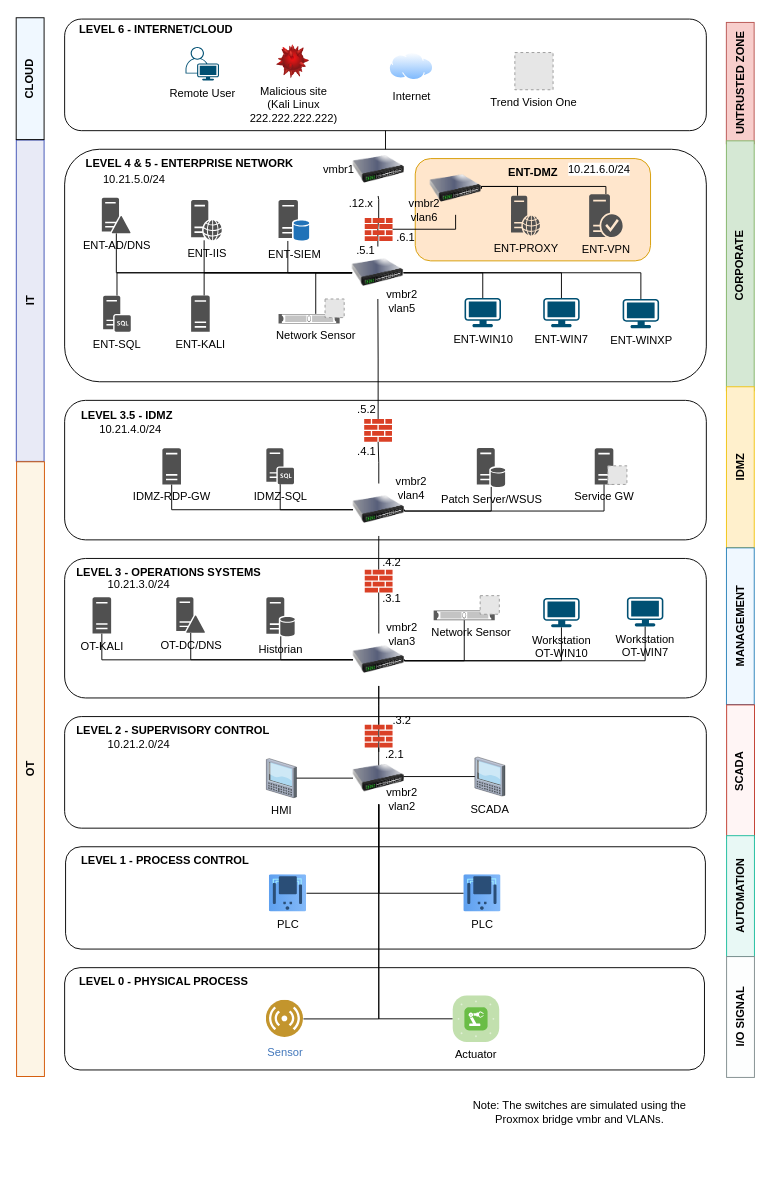
The draw.io diagram architecture_diagram.drawio in jeromet2020/ics-ot-lab, before the edit. Source tidied: cells renumbered, new cells numbered last; positions are measured from the earlier drawing's top-left corner, leaving out a move shared by most shapes. Both pictures are drawn from the tidied source at 93%, with x=0, y=0 at pixel (-277, 16). Pictures stored in the file or linked from it are replaced by grey dashed boxes.
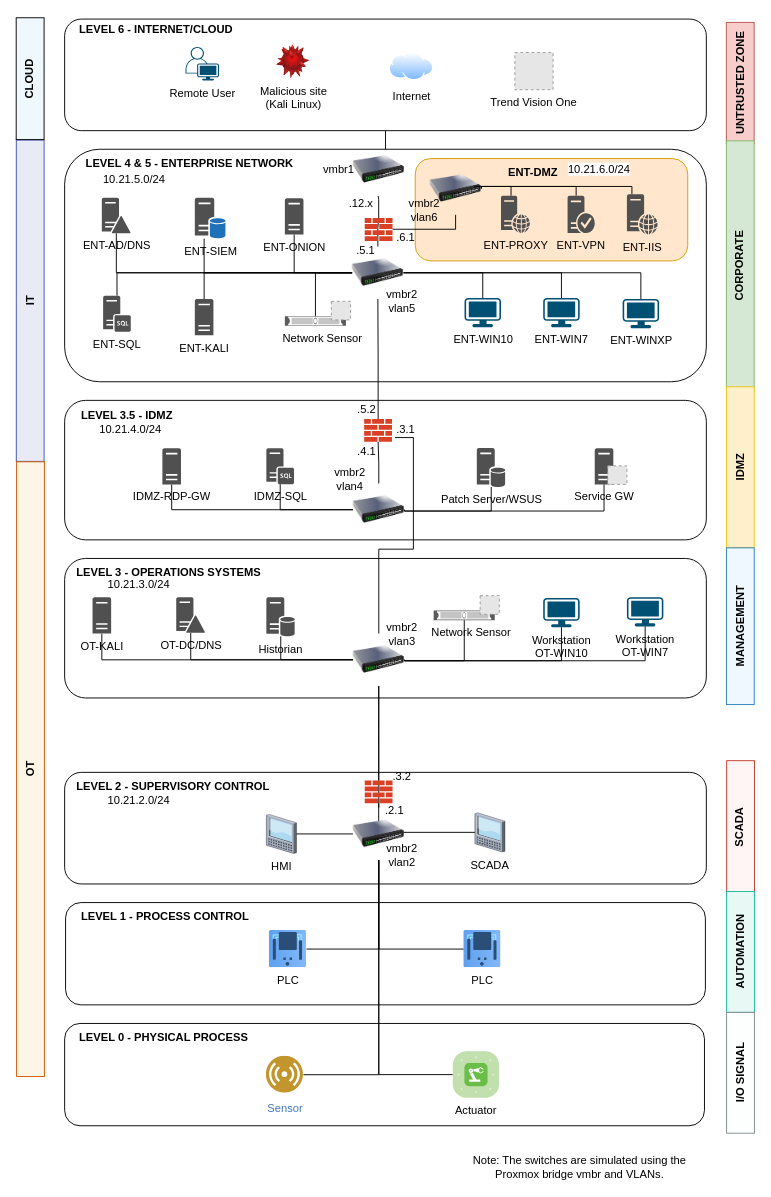
Above is the later version.

The change refers to these unchanged cells:
```xml
<mxCell id="10" style="image;html=1;image=img/lib/clip_art/networking/Switch_128x128.png;" parent="1" vertex="1">
  <mxGeometry x="676.1" y="247.6" width="55.3" height="56.4" as="geometry" />
</mxCell>
<mxCell id="35" style="image;html=1;image=img/lib/clip_art/networking/Switch_128x128.png;" parent="1" vertex="1">
  <mxGeometry x="677.1" y="502.4" width="55.3" height="56.4" as="geometry" />
</mxCell>
<mxCell id="51" style="image;html=1;image=img/lib/clip_art/networking/Switch_128x128.png;" parent="1" vertex="1">
  <mxGeometry x="759.8" y="157.1" width="55.3" height="56.4" as="geometry" />
</mxCell>
<mxCell id="73" style="image;html=1;image=img/lib/clip_art/networking/Switch_128x128.png;" parent="1" vertex="1">
  <mxGeometry x="677.1" y="663.7" width="55.3" height="56.4" as="geometry" />
</mxCell>
<mxCell id="127" value=".4.1" style="text;html=1;align=center;verticalAlign=middle;whiteSpace=wrap;rounded=0;" parent="1" vertex="1">
  <mxGeometry x="662.3" y="453" width="60" height="30" as="geometry" />
</mxCell>
```

The edit, as a diff of the source:
```diff
@@
     <mxCell id="2" style="rounded=1;whiteSpace=wrap;html=1;" parent="1" vertex="1">
-      <mxGeometry x="368" y="893" width="688" height="110" as="geometry" />
+      <mxGeometry x="368" y="953" width="688" height="110" as="geometry" />
     </mxCell>
     <mxCell id="3" style="rounded=1;whiteSpace=wrap;html=1;" parent="1" vertex="1">
-      <mxGeometry x="367" y="753" width="690" height="120" as="geometry" />
+      <mxGeometry x="367" y="813" width="690" height="120" as="geometry" />
     </mxCell>
@@
     <mxCell id="8" style="rounded=1;whiteSpace=wrap;html=1;fillColor=#ffe6cc;strokeColor=#d79b00;" parent="1" vertex="1">
-      <mxGeometry x="744" y="153" width="253" height="110" as="geometry" />
+      <mxGeometry x="744" y="153" width="293" height="110" as="geometry" />
     </mxCell>
@@
-    <mxCell id="15" style="edgeStyle=orthogonalEdgeStyle;rounded=0;jettySize=auto;html=1;entryX=0;entryY=0.5;entryDx=0;entryDy=0;endArrow=none;startFill=0;" parent="1" edge="1" source="16" target="10">
-      <mxGeometry relative="1" as="geometry">
-        <Array as="points">
-          <mxPoint x="517" y="276" />
-        </Array>
-      </mxGeometry>
-    </mxCell>
     <mxCell id="16" value="ENT-IIS" style="sketch=0;shadow=0;dashed=0;html=1;strokeColor=none;fillColor=#505050;labelPosition=center;verticalLabelPosition=bottom;verticalAlign=top;outlineConnect=0;align=center;shape=mxgraph.office.servers.web_server;rotation=0;" parent="1" vertex="1">
-      <mxGeometry x="503" y="197.6" width="33" height="43.3" as="geometry" />
+      <mxGeometry x="971.6" y="191.3" width="33" height="43.3" as="geometry" />
     </mxCell>
@@
     <mxCell id="18" style="edgeStyle=orthogonalEdgeStyle;rounded=0;jettySize=auto;html=1;entryX=0;entryY=0.5;entryDx=0;entryDy=0;endArrow=none;startFill=0;" parent="1" edge="1" source="19" target="10">
       <mxGeometry relative="1" as="geometry">
         <Array as="points">
-          <mxPoint x="607" y="276" />
+          <mxPoint x="517" y="276" />
         </Array>
       </mxGeometry>
     </mxCell>
     <mxCell id="19" value="ENT-SIEM" style="sketch=0;shadow=0;dashed=0;html=1;strokeColor=none;fillColor=#505050;labelPosition=center;verticalLabelPosition=bottom;verticalAlign=top;outlineConnect=0;align=center;shape=mxgraph.office.databases.database_server_blue;" parent="1" vertex="1">
-      <mxGeometry x="597" y="197.6" width="33" height="44" as="geometry" />
+      <mxGeometry x="507" y="195.1" width="33" height="44" as="geometry" />
     </mxCell>
@@
     <mxCell id="23" value="ENT-KALI" style="sketch=0;shadow=0;dashed=0;html=1;strokeColor=none;fillColor=#505050;labelPosition=center;verticalLabelPosition=bottom;verticalAlign=top;outlineConnect=0;align=center;shape=mxgraph.office.servers.server_generic;" parent="1" vertex="1">
-      <mxGeometry x="503" y="300.3" width="20" height="39" as="geometry" />
+      <mxGeometry x="507" y="304" width="20" height="39" as="geometry" />
     </mxCell>
@@
     <mxCell id="28" style="edgeStyle=orthogonalEdgeStyle;rounded=0;jettySize=auto;html=1;entryX=1;entryY=0.5;entryDx=0;entryDy=0;endArrow=none;startFill=0;" parent="1" edge="1" source="29" target="51">
       <mxGeometry relative="1" as="geometry">
         <Array as="points">
-          <mxPoint x="854" y="183" />
+          <mxPoint x="847" y="183" />
           <mxPoint x="815" y="183" />
         </Array>
       </mxGeometry>
     </mxCell>
     <mxCell id="29" value="ENT-PROXY" style="sketch=0;shadow=0;dashed=0;html=1;strokeColor=none;fillColor=#505050;labelPosition=center;verticalLabelPosition=bottom;verticalAlign=top;outlineConnect=0;align=center;shape=mxgraph.office.servers.web_server;rotation=0;" parent="1" vertex="1">
-      <mxGeometry x="847" y="193" width="31.1" height="42.9" as="geometry" />
+      <mxGeometry x="836.2" y="193" width="31.1" height="40" as="geometry" />
     </mxCell>
     <mxCell id="30" style="edgeStyle=orthogonalEdgeStyle;rounded=0;jettySize=auto;html=1;entryX=1;entryY=0.5;entryDx=0;entryDy=0;endArrow=none;startFill=0;" parent="1" edge="1" source="31" target="51">
       <mxGeometry relative="1" as="geometry">
         <Array as="points">
-          <mxPoint x="949" y="183" />
+          <mxPoint x="917" y="183" />
+          <mxPoint x="815" y="183" />
         </Array>
       </mxGeometry>
     </mxCell>
     <mxCell id="31" value="ENT-VPN" style="sketch=0;shadow=0;dashed=0;html=1;strokeColor=none;fillColor=#505050;labelPosition=center;verticalLabelPosition=bottom;verticalAlign=top;outlineConnect=0;align=center;shape=mxgraph.office.servers.trusted_application_server;" parent="1" vertex="1">
-      <mxGeometry x="931" y="191.3" width="36" height="46" as="geometry" />
+      <mxGeometry x="907.8" y="193" width="29.2" height="40" as="geometry" />
     </mxCell>
@@
-    <mxCell id="40" value="Malicious site&lt;div&gt;&lt;span style=&quot;background-color: light-dark(#ffffff, var(--ge-dark-color, #121212)); color: light-dark(rgb(0, 0, 0), rgb(255, 255, 255));&quot;&gt;(Kali Linux&lt;/span&gt;&lt;/div&gt;&lt;div&gt;&lt;span style=&quot;background-color: light-dark(#ffffff, var(--ge-dark-color, #121212)); color: light-dark(rgb(0, 0, 0), rgb(255, 255, 255));&quot;&gt;222.222.222.222)&lt;/span&gt;&lt;/div&gt;" style="image;html=1;image=img/lib/clip_art/computers/Virus_128x128.png;" parent="1" vertex="1">
+    <mxCell id="40" value="Malicious site&lt;div&gt;&lt;span style=&quot;background-color: light-dark(#ffffff, var(--ge-dark-color, #121212)); color: light-dark(rgb(0, 0, 0), rgb(255, 255, 255));&quot;&gt;(Kali Linux&lt;/span&gt;&lt;span style=&quot;background-color: light-dark(#ffffff, var(--ge-dark-color, #121212)); color: light-dark(rgb(0, 0, 0), rgb(255, 255, 255));&quot;&gt;)&lt;/span&gt;&lt;/div&gt;" style="image;html=1;image=img/lib/clip_art/computers/Virus_128x128.png;" parent="1" vertex="1">
       <mxGeometry x="594.7" y="31" width="36" height="36" as="geometry" />
     </mxCell>
@@
     <mxCell id="46" style="group;" parent="1" vertex="1">
-      <mxGeometry x="597" y="304" width="70.6" height="26.5" as="geometry" />
+      <mxGeometry x="603.8" y="306.5" width="70.6" height="26.5" as="geometry" />
     </mxCell>
@@
-    <mxCell id="70" style="edgeStyle=orthogonalEdgeStyle;rounded=0;jettySize=auto;html=1;endArrow=none;startFill=0;" parent="1" edge="1" source="71" target="35">
-      <mxGeometry relative="1" as="geometry" />
-    </mxCell>
-    <mxCell id="71" style="sketch=0;shadow=0;dashed=0;html=1;strokeColor=none;labelPosition=center;verticalLabelPosition=bottom;verticalAlign=top;outlineConnect=0;align=center;shape=mxgraph.office.concepts.firewall;fillColor=#DA4026;" parent="1" vertex="1">
-      <mxGeometry x="689.7" y="595" width="29.9" height="24.6" as="geometry" />
-    </mxCell>
-    <mxCell id="72" style="edgeStyle=orthogonalEdgeStyle;rounded=0;jettySize=auto;html=1;endArrow=none;startFill=0;" parent="1" edge="1" source="73" target="71">
-      <mxGeometry relative="1" as="geometry" />
+    <mxCell id="72" style="edgeStyle=orthogonalEdgeStyle;rounded=0;jettySize=auto;html=1;endArrow=none;startFill=0;entryX=1;entryY=0;entryDx=0;entryDy=0;" parent="1" edge="1" source="73" target="127">
+      <mxGeometry relative="1" as="geometry">
+        <Array as="points">
+          <mxPoint x="705" y="573" />
+          <mxPoint x="742" y="573" />
+          <mxPoint x="742" y="453" />
+        </Array>
+      </mxGeometry>
     </mxCell>
@@
     <mxCell id="86" value="HMI" style="verticalLabelPosition=bottom;sketch=0;html=1;verticalAlign=top;strokeColor=none;align=center;outlineConnect=0;shape=mxgraph.citrix.tablet_1;" parent="1" vertex="1">
-      <mxGeometry x="583.9" y="798.2" width="32.4" height="42" as="geometry" />
+      <mxGeometry x="583.9" y="858.2" width="32.4" height="42" as="geometry" />
     </mxCell>
@@
     <mxCell id="88" value="SCADA" style="verticalLabelPosition=bottom;sketch=0;html=1;verticalAlign=top;strokeColor=none;align=center;outlineConnect=0;shape=mxgraph.citrix.tablet_1;" parent="1" vertex="1">
-      <mxGeometry x="808.1" y="796.5" width="32.4" height="42" as="geometry" />
+      <mxGeometry x="808.1" y="856.5" width="32.4" height="42" as="geometry" />
     </mxCell>
     <mxCell id="89" value="LEVEL 2 - SUPERVISORY CONTROL" style="text;html=1;align=left;verticalAlign=middle;whiteSpace=wrap;rounded=0;fontStyle=1;" parent="1" vertex="1">
-      <mxGeometry x="378" y="753" width="249" height="30" as="geometry" />
+      <mxGeometry x="378" y="813" width="249" height="30" as="geometry" />
     </mxCell>
     <mxCell id="90" value="SCADA" style="rounded=0;whiteSpace=wrap;html=1;rotation=-90;fontStyle=1;fillColor=#FFF5F5;strokeColor=#C0392B;" parent="1" vertex="1">
-      <mxGeometry x="1021.9" y="797.4" width="143.8" height="29.9" as="geometry" />
+      <mxGeometry x="1021.9" y="857.4" width="143.8" height="29.9" as="geometry" />
     </mxCell>
@@
     <mxCell id="92" value="PLC" style="image;html=1;points=[];align=center;fontSize=12;image=img/lib/azure2/other/Defender_PLC.svg;" parent="1" vertex="1">
-      <mxGeometry x="796.2" y="923" width="40" height="40" as="geometry" />
+      <mxGeometry x="796.2" y="983" width="40" height="40" as="geometry" />
     </mxCell>
@@
     <mxCell id="94" value="PLC" style="image;html=1;points=[];align=center;fontSize=12;image=img/lib/azure2/other/Defender_PLC.svg;" parent="1" vertex="1">
-      <mxGeometry x="587.1" y="923" width="40" height="40" as="geometry" />
+      <mxGeometry x="587.1" y="983" width="40" height="40" as="geometry" />
     </mxCell>
@@
     <mxCell id="96" style="sketch=0;shadow=0;dashed=0;html=1;strokeColor=none;labelPosition=center;verticalLabelPosition=bottom;verticalAlign=top;outlineConnect=0;align=center;shape=mxgraph.office.concepts.firewall;fillColor=#DA4026;" parent="1" vertex="1">
-      <mxGeometry x="689.7" y="761.7" width="29.9" height="24.6" as="geometry" />
+      <mxGeometry x="689.7" y="821.7" width="29.9" height="24.6" as="geometry" />
     </mxCell>
@@
     <mxCell id="98" style="image;html=1;image=img/lib/clip_art/networking/Switch_128x128.png;" parent="1" vertex="1">
-      <mxGeometry x="677.1" y="791" width="55.3" height="56.4" as="geometry" />
+      <mxGeometry x="677.1" y="851" width="55.3" height="56.4" as="geometry" />
     </mxCell>
     <mxCell id="99" value="LEVEL 1 - PROCESS CONTROL" style="text;html=1;align=left;verticalAlign=middle;whiteSpace=wrap;rounded=0;fontStyle=1;" parent="1" vertex="1">
-      <mxGeometry x="383" y="893" width="249" height="30" as="geometry" />
+      <mxGeometry x="383" y="953" width="249" height="30" as="geometry" />
     </mxCell>
     <mxCell id="100" value="AUTOMATION" style="rounded=0;whiteSpace=wrap;html=1;rotation=-90;fontStyle=1;fillColor=#E8F8F5;strokeColor=#1ABC9C;" parent="1" vertex="1">
-      <mxGeometry x="1028.8" y="931.1" width="129.9" height="29.9" as="geometry" />
+      <mxGeometry x="1028.8" y="991.1" width="129.9" height="29.9" as="geometry" />
     </mxCell>
     <mxCell id="101" style="rounded=1;whiteSpace=wrap;html=1;" parent="1" vertex="1">
-      <mxGeometry x="367" y="1023" width="688" height="110" as="geometry" />
+      <mxGeometry x="367" y="1083" width="688" height="110" as="geometry" />
     </mxCell>
     <mxCell id="102" value="LEVEL 0 - PHYSICAL PROCESS" style="text;html=1;align=left;verticalAlign=middle;whiteSpace=wrap;rounded=0;fontStyle=1;" parent="1" vertex="1">
-      <mxGeometry x="381" y="1023" width="249" height="30" as="geometry" />
+      <mxGeometry x="381" y="1083" width="249" height="30" as="geometry" />
     </mxCell>
     <mxCell id="103" value="I/O SIGNAL" style="rounded=0;whiteSpace=wrap;html=1;rotation=-90;fontStyle=1;fillColor=#FDFEFE;strokeColor=#7F8C8D;" parent="1" vertex="1">
-      <mxGeometry x="1028.8" y="1061.1" width="129.9" height="29.9" as="geometry" />
+      <mxGeometry x="1028.8" y="1121.1" width="129.9" height="29.9" as="geometry" />
     </mxCell>
@@
     <mxCell id="105" value="Sensor" style="image;perimeter=ellipsePerimeter;html=1;align=center;shadow=0;dashed=0;fontColor=#4277BB;labelBackgroundColor=default;fontSize=12;spacingTop=3;image=img/lib/ibm/users/sensor.svg;" parent="1" vertex="1">
-      <mxGeometry x="583.9" y="1058.1" width="39.9" height="39.9" as="geometry" />
+      <mxGeometry x="583.9" y="1118.1" width="39.9" height="39.9" as="geometry" />
     </mxCell>
@@
     <mxCell id="107" value="Actuator" style="verticalLabelPosition=bottom;sketch=0;html=1;fillColor=#6ABD46;strokeColor=#ffffff;verticalAlign=top;align=center;points=[[0.085,0.085,0],[0.915,0.085,0],[0.915,0.915,0],[0.085,0.915,0],[0.25,0,0],[0.5,0,0],[0.75,0,0],[1,0.25,0],[1,0.5,0],[1,0.75,0],[0.75,1,0],[0.5,1,0],[0.25,1,0],[0,0.75,0],[0,0.5,0],[0,0.25,0]];shape=mxgraph.cisco_safe.compositeIcon;bgIcon=mxgraph.cisco_safe.architecture.generic_appliance;resIcon=mxgraph.cisco_safe.architecture.actuator;" parent="1" vertex="1">
-      <mxGeometry x="784.3" y="1053" width="50" height="50" as="geometry" />
+      <mxGeometry x="784.3" y="1113" width="50" height="50" as="geometry" />
     </mxCell>
@@
     <mxCell id="115" value="vmbr2 vlan4" style="text;html=1;align=center;verticalAlign=middle;whiteSpace=wrap;rounded=0;" parent="1" vertex="1">
-      <mxGeometry x="709.9" y="493" width="60" height="30" as="geometry" />
+      <mxGeometry x="643.8" y="483" width="60" height="30" as="geometry" />
     </mxCell>
@@
     <mxCell id="117" value="vmbr2 vlan2" style="text;html=1;align=center;verticalAlign=middle;whiteSpace=wrap;rounded=0;" parent="1" vertex="1">
-      <mxGeometry x="699.8" y="827.3" width="60" height="30" as="geometry" />
+      <mxGeometry x="699.8" y="887.3" width="60" height="30" as="geometry" />
     </mxCell>
     <mxCell id="118" value="Note: The switches are simulated using the Proxmox bridge vmbr and VLANs." style="text;html=1;align=center;verticalAlign=middle;whiteSpace=wrap;rounded=0;" parent="1" vertex="1">
-      <mxGeometry x="787" y="1163" width="267.6" height="30" as="geometry" />
+      <mxGeometry x="787" y="1223" width="267.6" height="30" as="geometry" />
     </mxCell>
@@
     <mxCell id="123" value="&lt;span style=&quot;caret-color: rgb(0, 0, 0); color: rgb(0, 0, 0); text-align: start; white-space-collapse: preserve; background-color: rgb(255, 255, 255);&quot;&gt;&lt;font face=&quot;Helvetica&quot;&gt;10.21.2.0/24&lt;/font&gt;&lt;/span&gt;" style="text;html=1;align=center;verticalAlign=middle;whiteSpace=wrap;rounded=0;" parent="1" vertex="1">
-      <mxGeometry x="417" y="768.2" width="60" height="30" as="geometry" />
+      <mxGeometry x="417" y="828.2" width="60" height="30" as="geometry" />
     </mxCell>
@@
-    <mxCell id="128" value=".4.2" style="text;html=1;align=center;verticalAlign=middle;whiteSpace=wrap;rounded=0;" parent="1" vertex="1">
-      <mxGeometry x="689.1" y="573" width="60" height="30" as="geometry" />
-    </mxCell>
     <mxCell id="129" value=".3.1" style="text;html=1;align=center;verticalAlign=middle;whiteSpace=wrap;rounded=0;" parent="1" vertex="1">
-      <mxGeometry x="689.1" y="610.9" width="60" height="30" as="geometry" />
+      <mxGeometry x="703.8" y="430.3" width="60" height="30" as="geometry" />
     </mxCell>
     <mxCell id="130" value=".3.2" style="text;html=1;align=center;verticalAlign=middle;whiteSpace=wrap;rounded=0;" parent="1" vertex="1">
-      <mxGeometry x="699.8" y="743" width="60" height="30" as="geometry" />
+      <mxGeometry x="699.8" y="803" width="60" height="30" as="geometry" />
     </mxCell>
     <mxCell id="131" value=".2.1" style="text;html=1;align=center;verticalAlign=middle;whiteSpace=wrap;rounded=0;" parent="1" vertex="1">
-      <mxGeometry x="691.8" y="779" width="60" height="30" as="geometry" />
+      <mxGeometry x="691.8" y="839" width="60" height="30" as="geometry" />
     </mxCell>
@@
+    <mxCell id="133" style="edgeStyle=orthogonalEdgeStyle;rounded=0;jettySize=auto;html=1;entryX=0;entryY=0.5;entryDx=0;entryDy=0;endArrow=none;endFill=0;" parent="1" edge="1" source="134" target="10">
+      <mxGeometry relative="1" as="geometry">
+        <Array as="points">
+          <mxPoint x="614" y="276" />
+        </Array>
+      </mxGeometry>
+    </mxCell>
+    <mxCell id="134" value="ENT-ONION" style="sketch=0;shadow=0;dashed=0;html=1;strokeColor=none;fillColor=#505050;labelPosition=center;verticalLabelPosition=bottom;verticalAlign=top;outlineConnect=0;align=center;shape=mxgraph.office.servers.server_generic;" parent="1" vertex="1">
+      <mxGeometry x="603.8" y="195.6" width="20" height="39" as="geometry" />
+    </mxCell>
+    <mxCell id="135" style="edgeStyle=orthogonalEdgeStyle;rounded=0;jettySize=auto;html=1;entryX=0.854;entryY=0.459;entryDx=0;entryDy=0;entryPerimeter=0;endArrow=none;endFill=0;" parent="1" edge="1" source="16" target="51">
+      <mxGeometry relative="1" as="geometry">
+        <Array as="points">
+          <mxPoint x="977" y="183" />
+        </Array>
+      </mxGeometry>
+    </mxCell>
```
